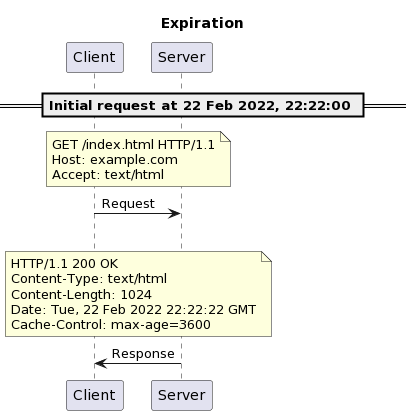
Above: 23-caching-and-performance/images/expiration-model-part-1.png in heig-vd-dai-course/heig-vd-dai-course (PlantUML), before the change. Its diagram source:
```plantuml
@startuml
title "Expiration"

participant Client
participant Server

== Initial request at 22 Feb 2022, 22:22:00 ==

note over Client, Server
GET /index.html HTTP/1.1
Host: example.com
Accept: text/html
end note
Client -> Server: Request

|||

note over Client, Server
HTTP/1.1 200 OK
Content-Type: text/html
Content-Length: 1024
Date: Tue, 22 Feb 2022 22:22:22 GMT
Cache-Control: max-age=3600
end note
Server -> Client: Response
@enduml
```
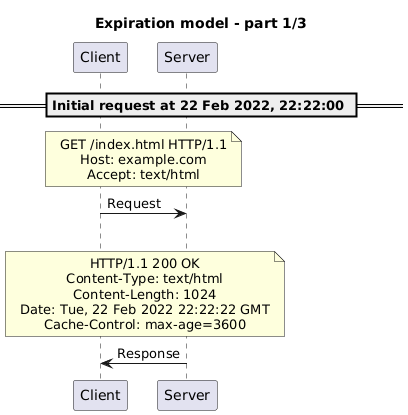
Above is the later version.

Diff of the diagram source:
```diff
@@ -1,26 +1,32 @@
 @startuml
-title "Expiration"
+skinparam boxPadding 100
+skinparam maxMessageSize 150
+skinparam noteTextAlignment center
+skinparam sequenceMessageAlign direction
+skinparam wrapWidth 250
 
-participant Client
-participant Server
+title "Expiration model - part 1/3"
+
+participant Client as client
+participant Server as server
 
 == Initial request at 22 Feb 2022, 22:22:00 ==
 
-note over Client, Server
+note over client, server
 GET /index.html HTTP/1.1
 Host: example.com
 Accept: text/html
 end note
-Client -> Server: Request
+client -> server: Request
 
 |||
 
-note over Client, Server
+note over client, server
 HTTP/1.1 200 OK
 Content-Type: text/html
 Content-Length: 1024
 Date: Tue, 22 Feb 2022 22:22:22 GMT
 Cache-Control: max-age=3600
 end note
-Server -> Client: Response
+server -> client: Response
 @enduml
```
